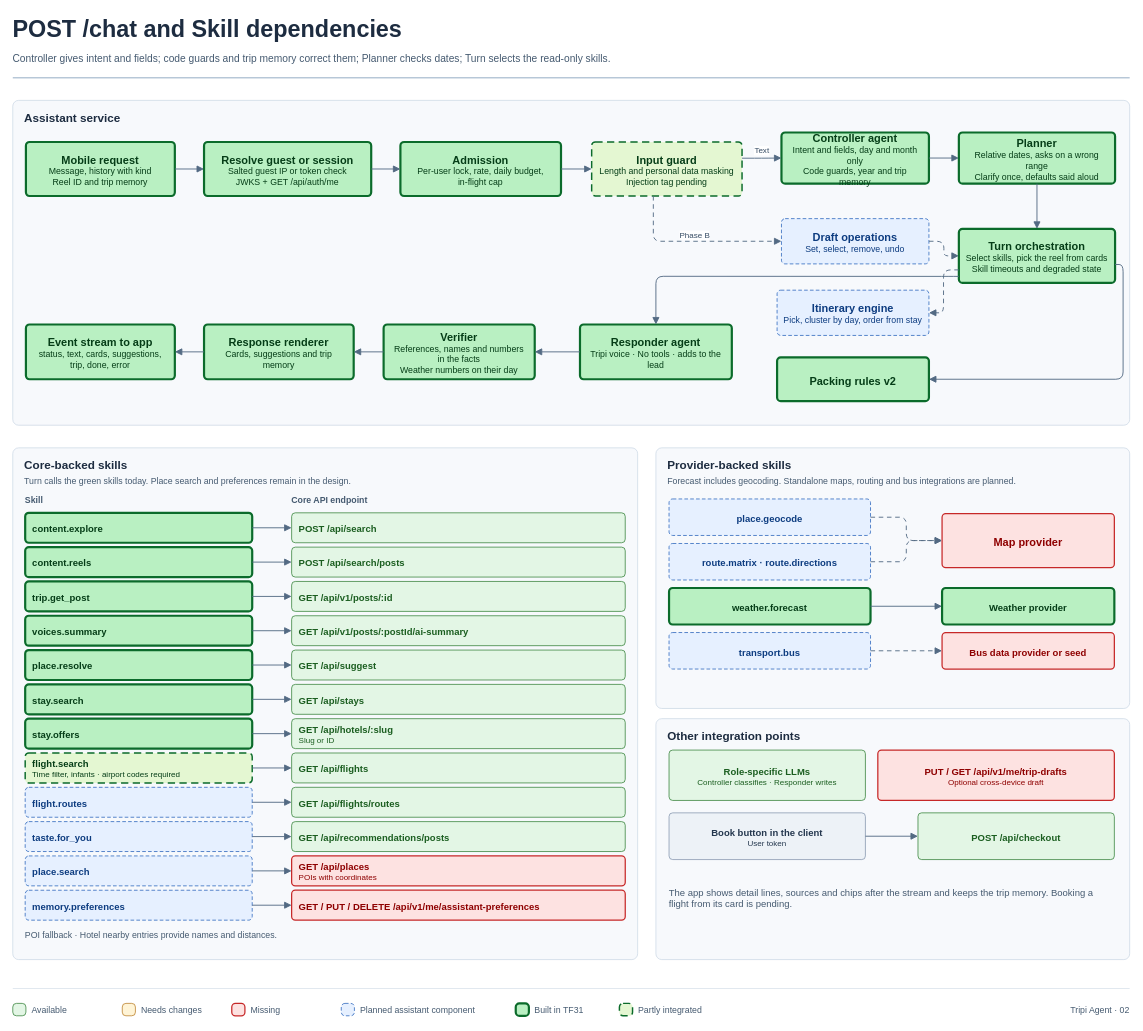
Above: page "02 Luồng chat và Skill" (3 of 6) of docs/architecture/tripi-agent-kien-truc-chi-tiet.drawio in Sukemcute/tripflix-ai (draw.io), before the change. Source tidied: cells renumbered, new cells numbered last; positions are measured from the earlier drawing's top-left corner, leaving out a move shared by most shapes. Both pictures are drawn from the tidied source at 73%, with x=0, y=0 at pixel (12, 12).
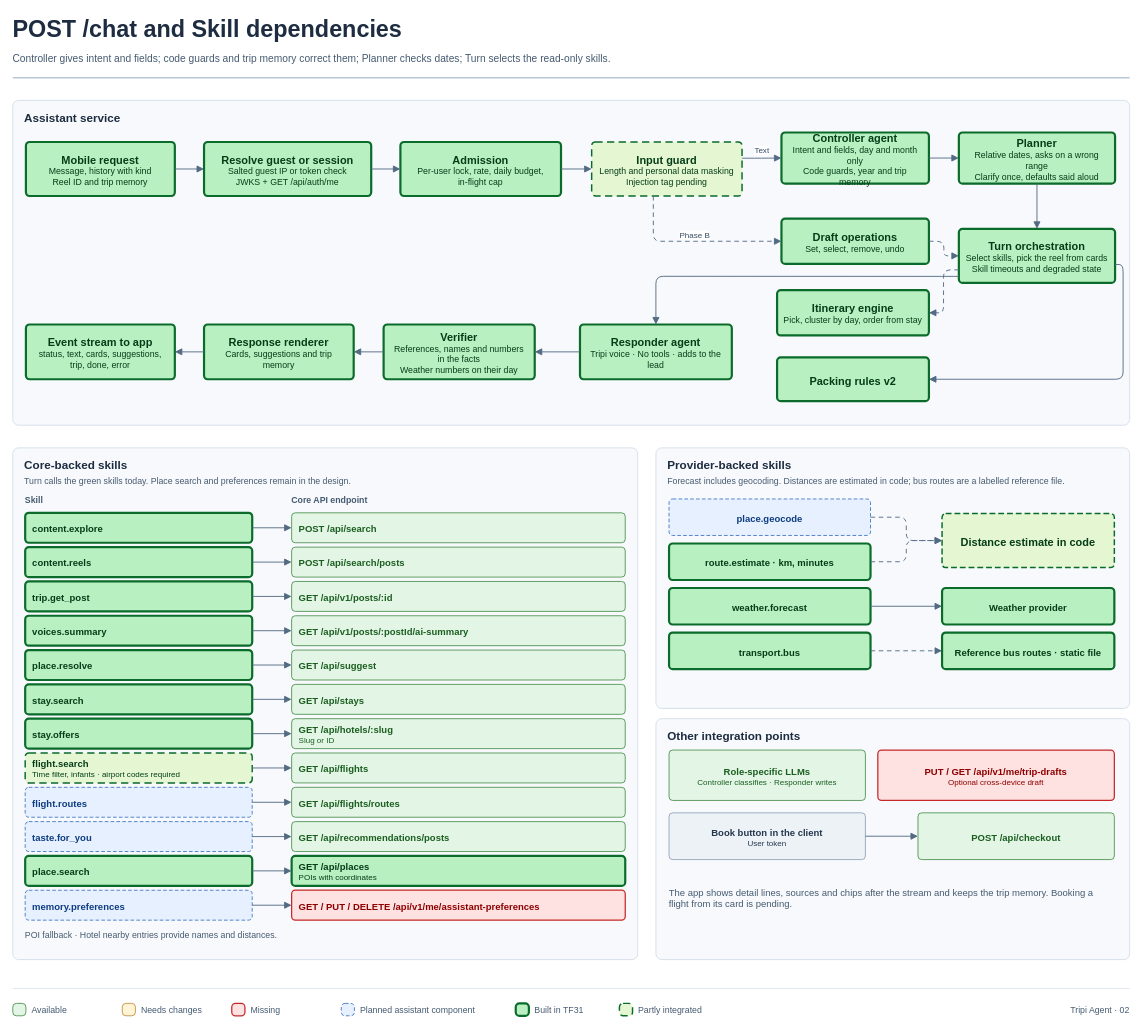
The same page after the edit.

The edit, as a diff of the source:
```diff
@@
-    <mxCell id="22" value="&lt;span style=&quot;font-size:15px&quot;&gt;&lt;b&gt;Draft operations&lt;/b&gt;&lt;/span&gt;&lt;br&gt;&lt;span style=&quot;font-size:12px&quot;&gt;Set, select, remove, undo&lt;/span&gt;" style="whiteSpace=wrap;html=1;fillColor=#e6f0ff;fontFamily=Arial;rounded=1;absoluteArcSize=1;arcSize=10;dashed=1;dashPattern=5 3;strokeColor=#1e5bb8;fontColor=#0d3c80;align=center;verticalAlign=middle;spacingLeft=8;spacingRight=8;spacingTop=3;" parent="1" vertex="1">
+    <mxCell id="22" value="&lt;span style=&quot;font-size:15px&quot;&gt;&lt;b&gt;Draft operations&lt;/b&gt;&lt;/span&gt;&lt;br&gt;&lt;span style=&quot;font-size:12px&quot;&gt;Set, select, remove, undo&lt;/span&gt;" style="whiteSpace=wrap;html=1;fontFamily=Arial;rounded=1;absoluteArcSize=1;arcSize=10;align=center;verticalAlign=middle;spacingLeft=8;spacingRight=8;spacingTop=3;fillColor=#B9F0C2;strokeColor=#0B6B2B;fontColor=#053D17;strokeWidth=3;" parent="1" vertex="1">
       <mxGeometry x="1053" y="282" width="202" height="62" as="geometry" />
     </mxCell>
@@
-    <mxCell id="25" value="&lt;span style=&quot;font-size:15px&quot;&gt;&lt;b&gt;Itinerary engine&lt;/b&gt;&lt;/span&gt;&lt;br&gt;&lt;span style=&quot;font-size:12px&quot;&gt;Pick, cluster by day, order from stay&lt;/span&gt;" style="whiteSpace=wrap;html=1;fillColor=#e6f0ff;fontFamily=Arial;rounded=1;absoluteArcSize=1;arcSize=10;dashed=1;dashPattern=5 3;strokeColor=#1e5bb8;fontColor=#0d3c80;align=center;verticalAlign=middle;spacingLeft=8;spacingRight=8;spacingTop=3;" parent="1" vertex="1">
+    <mxCell id="25" value="&lt;span style=&quot;font-size:15px&quot;&gt;&lt;b&gt;Itinerary engine&lt;/b&gt;&lt;/span&gt;&lt;br&gt;&lt;span style=&quot;font-size:12px&quot;&gt;Pick, cluster by day, order from stay&lt;/span&gt;" style="whiteSpace=wrap;html=1;fontFamily=Arial;rounded=1;absoluteArcSize=1;arcSize=10;align=center;verticalAlign=middle;spacingLeft=8;spacingRight=8;spacingTop=3;fillColor=#B9F0C2;strokeColor=#0B6B2B;fontColor=#053D17;strokeWidth=3;" parent="1" vertex="1">
       <mxGeometry x="1047" y="380" width="208" height="62" as="geometry" />
     </mxCell>
@@
-    <mxCell id="50" value="Forecast includes geocoding. Standalone maps, routing and bus integrations are planned." style="whiteSpace=wrap;html=1;fillColor=none;fontFamily=Arial;text;whiteSpace=wrap;strokeColor=none;align=left;verticalAlign=middle;spacing=0;fontSize=12;fontColor=#455A70;fontStyle=0;" parent="1" vertex="1">
+    <mxCell id="50" value="Forecast includes geocoding. Distances are estimated in code; bus routes are a labelled reference file." style="whiteSpace=wrap;html=1;fillColor=none;fontFamily=Arial;text;whiteSpace=wrap;strokeColor=none;align=left;verticalAlign=middle;spacing=0;fontSize=12;fontColor=#455A70;fontStyle=0;" parent="1" vertex="1">
       <mxGeometry x="897" y="631" width="617" height="22" as="geometry" />
     </mxCell>
@@
-    <mxCell id="83" value="&lt;span style=&quot;font-size:13px&quot;&gt;&lt;b&gt;place.search&lt;/b&gt;&lt;/span&gt;" style="whiteSpace=wrap;html=1;fillColor=#e6f0ff;fontFamily=Arial;rounded=1;absoluteArcSize=1;arcSize=10;dashed=1;dashPattern=5 3;strokeColor=#1e5bb8;fontColor=#0d3c80;align=left;verticalAlign=middle;spacingLeft=8;spacingRight=8;spacingTop=3;" parent="1" vertex="1">
+    <mxCell id="83" value="&lt;span style=&quot;font-size:13px&quot;&gt;&lt;b&gt;place.search&lt;/b&gt;&lt;/span&gt;" style="whiteSpace=wrap;html=1;fontFamily=Arial;rounded=1;absoluteArcSize=1;arcSize=10;align=left;verticalAlign=middle;spacingLeft=8;spacingRight=8;spacingTop=3;fillColor=#B9F0C2;strokeColor=#0B6B2B;fontColor=#053D17;strokeWidth=3;" parent="1" vertex="1">
       <mxGeometry x="17" y="1155" width="311" height="41" as="geometry" />
     </mxCell>
-    <mxCell id="84" value="&lt;span style=&quot;font-size:13px&quot;&gt;&lt;b&gt;GET /api/places&lt;/b&gt;&lt;/span&gt;&lt;br&gt;&lt;span style=&quot;font-size:11px&quot;&gt;POIs with coordinates&lt;/span&gt;" style="whiteSpace=wrap;html=1;fillColor=#fde2e1;fontFamily=Arial;rounded=1;absoluteArcSize=1;arcSize=10;strokeWidth=1.7;strokeColor=#c62828;fontColor=#8e0000;align=left;verticalAlign=middle;spacingLeft=8;spacingRight=8;spacingTop=3;" parent="1" vertex="1">
+    <mxCell id="84" value="&lt;span style=&quot;font-size:13px&quot;&gt;&lt;b&gt;GET /api/places&lt;/b&gt;&lt;/span&gt;&lt;br&gt;&lt;span style=&quot;font-size:11px&quot;&gt;POIs with coordinates&lt;/span&gt;" style="whiteSpace=wrap;html=1;fontFamily=Arial;rounded=1;absoluteArcSize=1;arcSize=10;align=left;verticalAlign=middle;spacingLeft=8;spacingRight=8;spacingTop=3;fillColor=#B9F0C2;strokeColor=#0B6B2B;fontColor=#053D17;strokeWidth=3;" parent="1" vertex="1">
       <mxGeometry x="382" y="1155" width="457" height="41" as="geometry" />
     </mxCell>
@@
-    <mxCell id="91" value="&lt;span style=&quot;font-size:13px&quot;&gt;&lt;b&gt;route.matrix · route.directions&lt;/b&gt;&lt;/span&gt;" style="whiteSpace=wrap;html=1;fillColor=#e6f0ff;fontFamily=Arial;rounded=1;absoluteArcSize=1;arcSize=10;dashed=1;dashPattern=5 3;strokeColor=#1e5bb8;fontColor=#0d3c80;align=center;verticalAlign=middle;spacingLeft=8;spacingRight=8;spacingTop=3;" parent="1" vertex="1">
+    <mxCell id="91" value="&lt;span style=&quot;font-size:13px&quot;&gt;&lt;b&gt;route.estimate · km, minutes&lt;/b&gt;&lt;/span&gt;" style="whiteSpace=wrap;html=1;fontFamily=Arial;rounded=1;absoluteArcSize=1;arcSize=10;align=center;verticalAlign=middle;spacingLeft=8;spacingRight=8;spacingTop=3;fillColor=#B9F0C2;strokeColor=#0B6B2B;fontColor=#053D17;strokeWidth=3;" parent="1" vertex="1">
       <mxGeometry x="899" y="727" width="276" height="50" as="geometry" />
     </mxCell>
@@
-    <mxCell id="93" value="&lt;span style=&quot;font-size:13px&quot;&gt;&lt;b&gt;transport.bus&lt;/b&gt;&lt;/span&gt;" style="whiteSpace=wrap;html=1;fillColor=#e6f0ff;fontFamily=Arial;rounded=1;absoluteArcSize=1;arcSize=10;dashed=1;dashPattern=5 3;strokeColor=#1e5bb8;fontColor=#0d3c80;align=center;verticalAlign=middle;spacingLeft=8;spacingRight=8;spacingTop=3;" parent="1" vertex="1">
+    <mxCell id="93" value="&lt;span style=&quot;font-size:13px&quot;&gt;&lt;b&gt;transport.bus&lt;/b&gt;&lt;/span&gt;" style="whiteSpace=wrap;html=1;fontFamily=Arial;rounded=1;absoluteArcSize=1;arcSize=10;align=center;verticalAlign=middle;spacingLeft=8;spacingRight=8;spacingTop=3;fillColor=#B9F0C2;strokeColor=#0B6B2B;fontColor=#053D17;strokeWidth=3;" parent="1" vertex="1">
       <mxGeometry x="899" y="849" width="276" height="50" as="geometry" />
     </mxCell>
-    <mxCell id="94" value="&lt;span style=&quot;font-size:15px&quot;&gt;&lt;b&gt;Map provider&lt;/b&gt;&lt;/span&gt;" style="whiteSpace=wrap;html=1;fillColor=#fde2e1;fontFamily=Arial;rounded=1;absoluteArcSize=1;arcSize=10;strokeWidth=1.7;strokeColor=#c62828;fontColor=#8e0000;align=center;verticalAlign=middle;spacingLeft=8;spacingRight=8;spacingTop=3;" parent="1" vertex="1">
+    <mxCell id="94" value="&lt;span style=&quot;font-size:15px&quot;&gt;&lt;b&gt;Distance estimate in code&lt;/b&gt;&lt;/span&gt;" style="whiteSpace=wrap;html=1;fontFamily=Arial;rounded=1;absoluteArcSize=1;arcSize=10;align=center;verticalAlign=middle;spacingLeft=8;spacingRight=8;spacingTop=3;fillColor=#e4f7d2;strokeColor=#0b6b2b;fontColor=#053d17;strokeWidth=2;dashed=1;dashPattern=4 2;" parent="1" vertex="1">
       <mxGeometry x="1273" y="686" width="236" height="74" as="geometry" />
     </mxCell>
@@
-    <mxCell id="96" value="&lt;span style=&quot;font-size:13px&quot;&gt;&lt;b&gt;Bus data provider or seed&lt;/b&gt;&lt;/span&gt;" style="whiteSpace=wrap;html=1;fillColor=#fde2e1;fontFamily=Arial;rounded=1;absoluteArcSize=1;arcSize=10;strokeWidth=1.7;strokeColor=#c62828;fontColor=#8e0000;align=center;verticalAlign=middle;spacingLeft=8;spacingRight=8;spacingTop=3;" parent="1" vertex="1">
+    <mxCell id="96" value="&lt;span style=&quot;font-size:13px&quot;&gt;&lt;b&gt;Reference bus routes · static file&lt;/b&gt;&lt;/span&gt;" style="whiteSpace=wrap;html=1;fontFamily=Arial;rounded=1;absoluteArcSize=1;arcSize=10;align=center;verticalAlign=middle;spacingLeft=8;spacingRight=8;spacingTop=3;fillColor=#B9F0C2;strokeColor=#0B6B2B;fontColor=#053D17;strokeWidth=3;" parent="1" vertex="1">
       <mxGeometry x="1273" y="849" width="236" height="50" as="geometry" />
     </mxCell>
```
